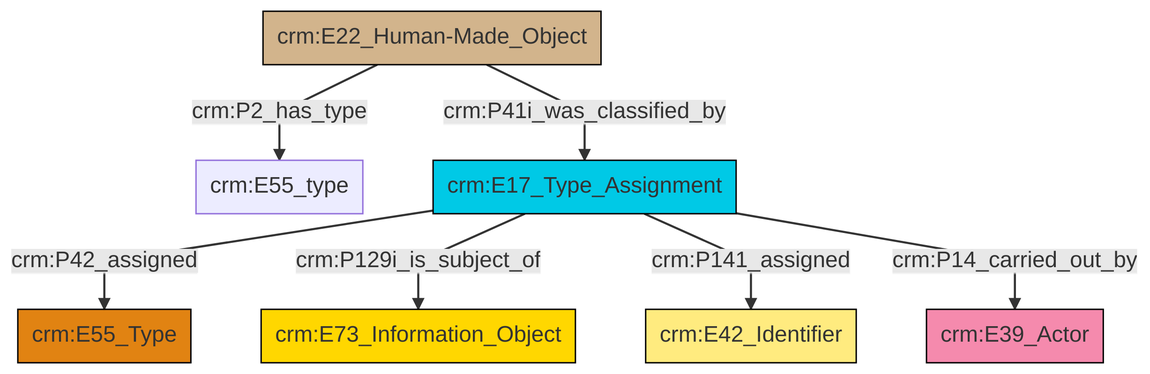
This is et/builtWorkCSV/ttl/mmd/png/Built_Work_designation_status.png from swiss-art-research-net/reference-data-models, a Mermaid export, as it was before one commit. Its source is kept beside it as et/builtWorkCSV/ttl/mmd/Built_Work_designation_status.ttl.mmd.
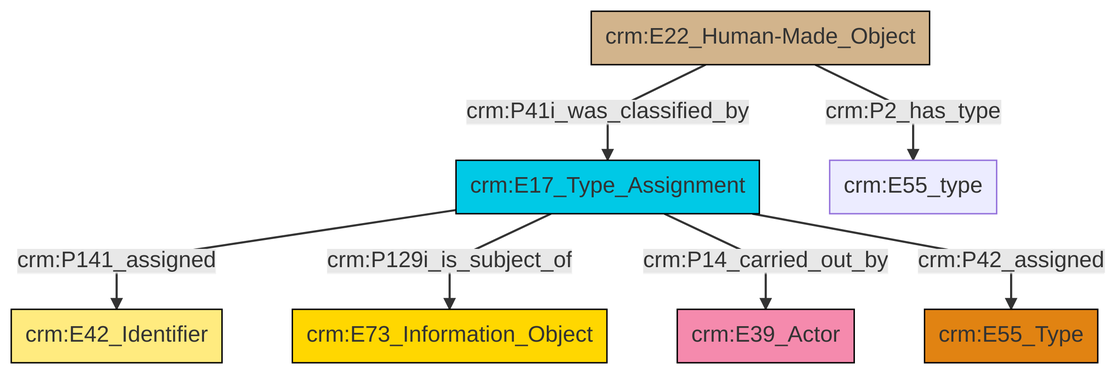
After the change.

Diff of the diagram source:
```diff
@@ -13,9 +13,9 @@
 classDef PC_Classes fill:#4ce600, stroke:#000000;
 classDef Multi fill:#cccccc,stroke:#000000;
 
-0["crm:E22_Human-Made_Object"]:::Physical_Thing -->|crm:P2_has_type| 1["crm:E55_type"]:::Default
-2["crm:E17_Type_Assignment"]:::Temporal_Entity -->|crm:P42_assigned| 4["crm:E55_Type"]:::Type
-2["crm:E17_Type_Assignment"]:::Temporal_Entity -->|crm:P129i_is_subject_of| 7["crm:E73_Information_Object"]:::Conceptual_Object
-0["crm:E22_Human-Made_Object"]:::Physical_Thing -->|crm:P41i_was_classified_by| 2["crm:E17_Type_Assignment"]:::Temporal_Entity
-2["crm:E17_Type_Assignment"]:::Temporal_Entity -->|crm:P141_assigned| 9["crm:E42_Identifier"]:::Appellation
-2["crm:E17_Type_Assignment"]:::Temporal_Entity -->|crm:P14_carried_out_by| 5["crm:E39_Actor"]:::Actor
+2["crm:E17_Type_Assignment"]:::Temporal_Entity -->|crm:P141_assigned| 4["crm:E42_Identifier"]:::Appellation
+2["crm:E17_Type_Assignment"]:::Temporal_Entity -->|crm:P129i_is_subject_of| 10["crm:E73_Information_Object"]:::Conceptual_Object
+2["crm:E17_Type_Assignment"]:::Temporal_Entity -->|crm:P14_carried_out_by| 6["crm:E39_Actor"]:::Actor
+8["crm:E22_Human-Made_Object"]:::Physical_Thing -->|crm:P41i_was_classified_by| 2["crm:E17_Type_Assignment"]:::Temporal_Entity
+2["crm:E17_Type_Assignment"]:::Temporal_Entity -->|crm:P42_assigned| 0["crm:E55_Type"]:::Type
+8["crm:E22_Human-Made_Object"]:::Physical_Thing -->|crm:P2_has_type| 12["crm:E55_type"]:::Default
```
